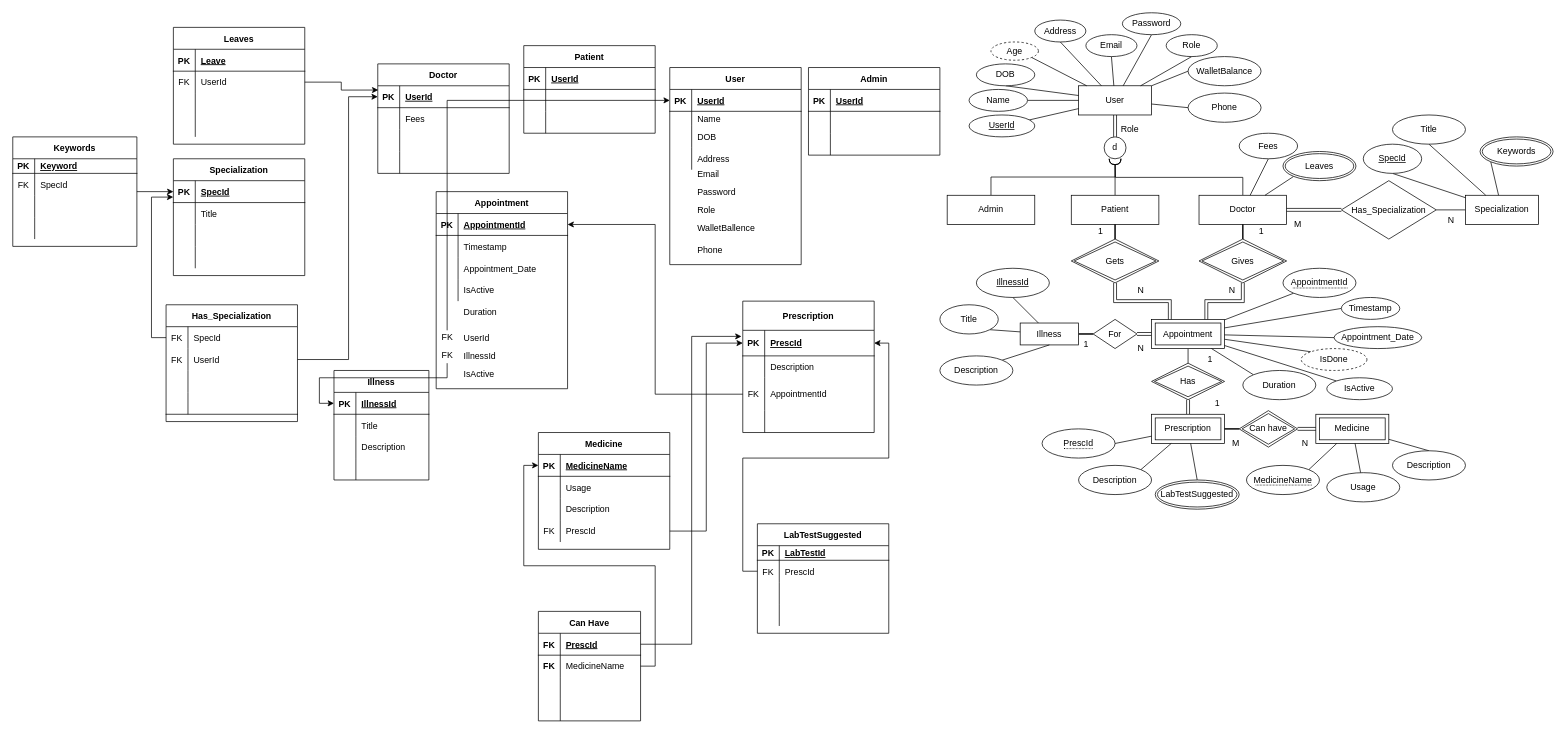
Before: Err+Relational.drawio in Sanket-BITS-Projects/DBMS-Projet-VMH, a draw.io diagram. Source tidied: cells renumbered, new cells numbered last; positions are measured from the earlier drawing's top-left corner, leaving out a move shared by most shapes. Both pictures are drawn from the tidied source at 73%, with x=0, y=0 at pixel (12, 12).
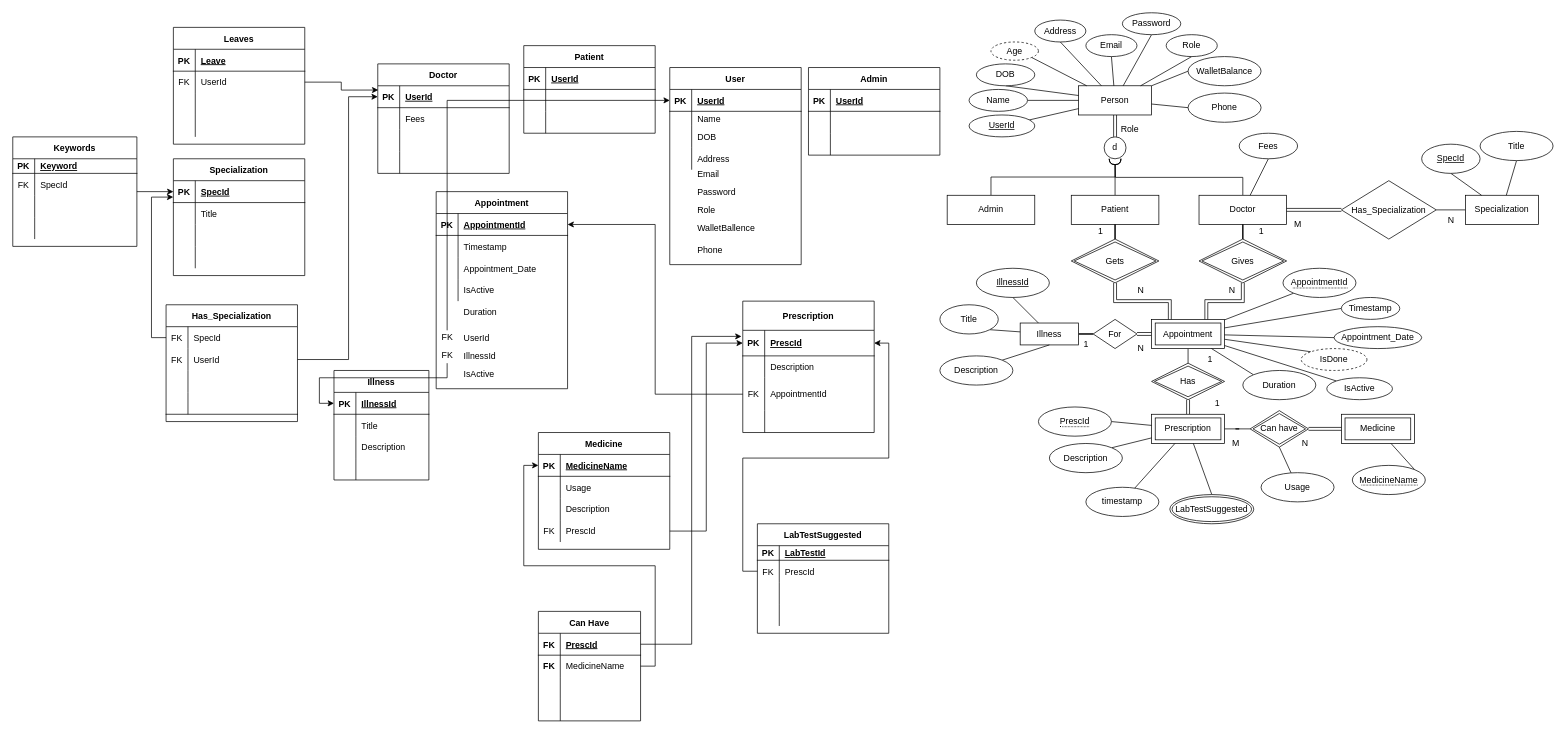
Above is the later version.

Commit message (it also covers changes not shown here):
Improved Relational Schema and ER Diagram

The change refers to these unchanged cells:
```xml
<mxCell id="8" value="Doctor" style="rounded=0;whiteSpace=wrap;html=1;" parent="1" vertex="1">
  <mxGeometry x="1625" y="250" width="120" height="40" as="geometry" />
</mxCell>
<mxCell id="14" value="Specialization" style="whiteSpace=wrap;html=1;align=center;rounded=0;" parent="1" vertex="1">
  <mxGeometry x="1990" y="250" width="100" height="40" as="geometry" />
</mxCell>
<mxCell id="25" value="Prescription" style="shape=ext;margin=3;double=1;whiteSpace=wrap;html=1;align=center;rounded=0;" parent="1" vertex="1">
  <mxGeometry x="1560" y="550" width="100" height="40" as="geometry" />
</mxCell>
```

What changed in the source:
```diff
@@
-    <mxCell id="3" value="User" style="rounded=0;arcSize=10;whiteSpace=wrap;html=1;align=center;" parent="1" vertex="1">
+    <mxCell id="3" value="Person" style="rounded=0;arcSize=10;whiteSpace=wrap;html=1;align=center;" parent="1" vertex="1">
       <mxGeometry x="1460" y="100" width="100" height="40" as="geometry" />
     </mxCell>
@@
-    <mxCell id="55" style="edgeStyle=none;rounded=0;jettySize=auto;html=1;exitX=0;exitY=1;exitDx=0;exitDy=0;startArrow=none;startFill=0;endArrow=none;endFill=0;" parent="1" edge="1" source="56" target="8">
-      <mxGeometry relative="1" as="geometry" />
-    </mxCell>
-    <mxCell id="56" value="Leaves" style="ellipse;shape=doubleEllipse;margin=3;whiteSpace=wrap;html=1;align=center;rounded=0;" parent="1" vertex="1">
-      <mxGeometry x="1740" y="190" width="100" height="40" as="geometry" />
-    </mxCell>
@@
     <mxCell id="58" value="SpecId" style="ellipse;whiteSpace=wrap;html=1;align=center;fontStyle=4;rounded=0;" parent="1" vertex="1">
-      <mxGeometry x="1850" y="180" width="80" height="40" as="geometry" />
+      <mxGeometry x="1930" y="180" width="80" height="40" as="geometry" />
     </mxCell>
@@
     <mxCell id="60" value="Title" style="ellipse;whiteSpace=wrap;html=1;align=center;rounded=0;" parent="1" vertex="1">
-      <mxGeometry x="1890" y="140" width="100" height="40" as="geometry" />
+      <mxGeometry x="2010" y="162.5" width="100" height="40" as="geometry" />
     </mxCell>
-    <mxCell id="61" style="edgeStyle=none;rounded=0;jettySize=auto;html=1;exitX=0;exitY=1;exitDx=0;exitDy=0;startArrow=none;startFill=0;endArrow=none;endFill=0;" parent="1" edge="1" source="62" target="14">
-      <mxGeometry relative="1" as="geometry" />
-    </mxCell>
-    <mxCell id="62" value="Keywords" style="ellipse;shape=doubleEllipse;margin=3;whiteSpace=wrap;html=1;align=center;rounded=0;" parent="1" vertex="1">
-      <mxGeometry x="2010" y="170" width="100" height="40" as="geometry" />
-    </mxCell>
@@
     <mxCell id="72" value="&lt;span style=&quot;border-bottom: 1px dotted&quot;&gt;PrescId&lt;/span&gt;" style="ellipse;whiteSpace=wrap;html=1;align=center;rounded=0;" parent="1" vertex="1">
-      <mxGeometry x="1410" y="570" width="100" height="40" as="geometry" />
+      <mxGeometry x="1405" y="540" width="100" height="40" as="geometry" />
     </mxCell>
@@
     <mxCell id="74" value="Description" style="ellipse;whiteSpace=wrap;html=1;align=center;rounded=0;" parent="1" vertex="1">
-      <mxGeometry x="1460" y="620" width="100" height="40" as="geometry" />
+      <mxGeometry x="1420" y="590" width="100" height="40" as="geometry" />
     </mxCell>
     <mxCell id="75" value="Medicine" style="shape=ext;margin=3;double=1;whiteSpace=wrap;html=1;align=center;rounded=0;" parent="1" vertex="1">
-      <mxGeometry x="1785" y="550" width="100" height="40" as="geometry" />
+      <mxGeometry x="1820" y="550" width="100" height="40" as="geometry" />
     </mxCell>
@@
     <mxCell id="78" value="Can have" style="shape=rhombus;double=1;perimeter=rhombusPerimeter;whiteSpace=wrap;html=1;align=center;rounded=0;" parent="1" vertex="1">
-      <mxGeometry x="1680" y="545" width="80" height="50" as="geometry" />
+      <mxGeometry x="1695" y="545" width="80" height="50" as="geometry" />
     </mxCell>
@@
     <mxCell id="80" value="LabTestSuggested" style="ellipse;shape=doubleEllipse;margin=3;whiteSpace=wrap;html=1;align=center;" parent="1" vertex="1">
-      <mxGeometry x="1565" y="640" width="115" height="40" as="geometry" />
+      <mxGeometry x="1585" y="660" width="115" height="40" as="geometry" />
     </mxCell>
-    <mxCell id="81" style="edgeStyle=none;rounded=0;jettySize=auto;html=1;startArrow=none;startFill=0;endArrow=none;endFill=0;" parent="1" edge="1" source="82" target="75">
+    <mxCell id="81" style="edgeStyle=none;rounded=0;jettySize=auto;html=1;startArrow=none;startFill=0;endArrow=none;endFill=0;entryX=0.5;entryY=1;entryDx=0;entryDy=0;" parent="1" edge="1" source="82" target="78">
       <mxGeometry relative="1" as="geometry" />
     </mxCell>
     <mxCell id="82" value="Usage" style="ellipse;whiteSpace=wrap;html=1;align=center;rounded=0;" parent="1" vertex="1">
-      <mxGeometry x="1800" y="630" width="100" height="40" as="geometry" />
+      <mxGeometry x="1710" y="630" width="100" height="40" as="geometry" />
     </mxCell>
-    <mxCell id="83" style="edgeStyle=none;rounded=0;jettySize=auto;html=1;exitX=0.5;exitY=0;exitDx=0;exitDy=0;startArrow=none;startFill=0;endArrow=none;endFill=0;" parent="1" edge="1" source="84" target="75">
-      <mxGeometry relative="1" as="geometry" />
-    </mxCell>
-    <mxCell id="84" value="Description" style="ellipse;whiteSpace=wrap;html=1;align=center;rounded=0;" parent="1" vertex="1">
-      <mxGeometry x="1890" y="600" width="100" height="40" as="geometry" />
-    </mxCell>
@@
     <mxCell id="103" value="&lt;span style=&quot;border-bottom: 1px dotted&quot;&gt;MedicineName&lt;/span&gt;" style="ellipse;whiteSpace=wrap;html=1;align=center;" parent="1" vertex="1">
-      <mxGeometry x="1690" y="620" width="100" height="40" as="geometry" />
+      <mxGeometry x="1835" y="620" width="100" height="40" as="geometry" />
     </mxCell>
@@
+    <mxCell id="308" style="edgeStyle=orthogonalEdgeStyle;rounded=0;orthogonalLoop=1;jettySize=auto;html=1;exitX=0.5;exitY=1;exitDx=0;exitDy=0;" parent="1" edge="1" source="72" target="72">
+      <mxGeometry relative="1" as="geometry" />
+    </mxCell>
+    <mxCell id="309" value="timestamp" style="ellipse;whiteSpace=wrap;html=1;align=center;rounded=0;" parent="1" vertex="1">
+      <mxGeometry x="1470" y="650" width="100" height="40" as="geometry" />
+    </mxCell>
+    <mxCell id="310" style="rounded=0;jettySize=auto;html=1;startArrow=none;startFill=0;endArrow=none;endFill=0;" parent="1" edge="1" source="309" target="25">
+      <mxGeometry relative="1" as="geometry" />
+    </mxCell>
```
